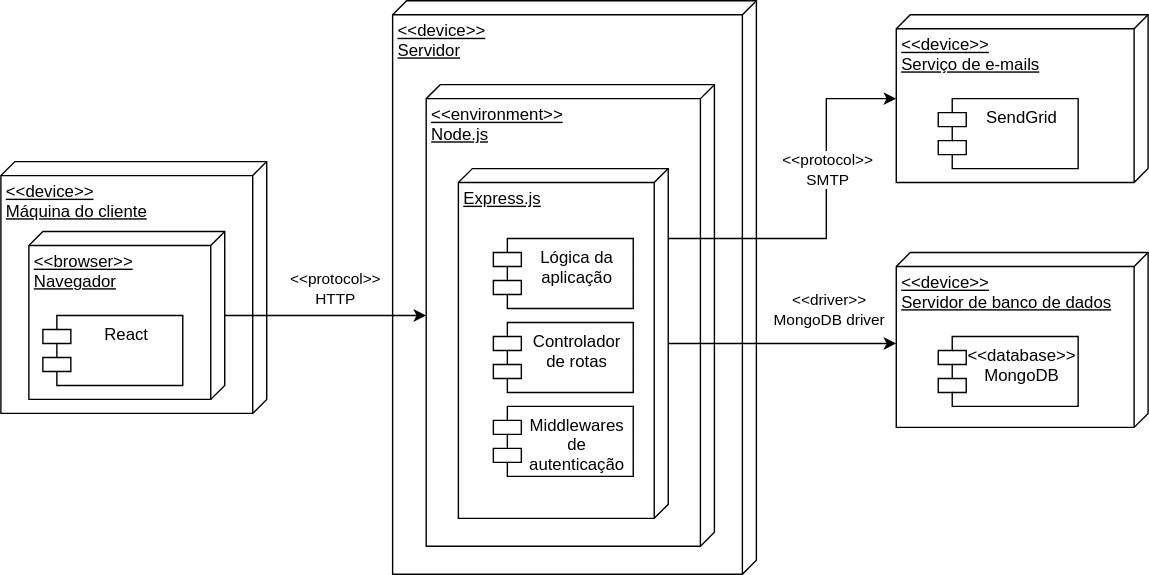
Above: docs/diagrams/component_diagrams/components.drawio.svg in darnley/taskle_node-api (draw.io), before the change. Source tidied: cells renumbered, new cells last; positions are measured from the earlier drawing's top-left corner, leaving out a move shared by most shapes.
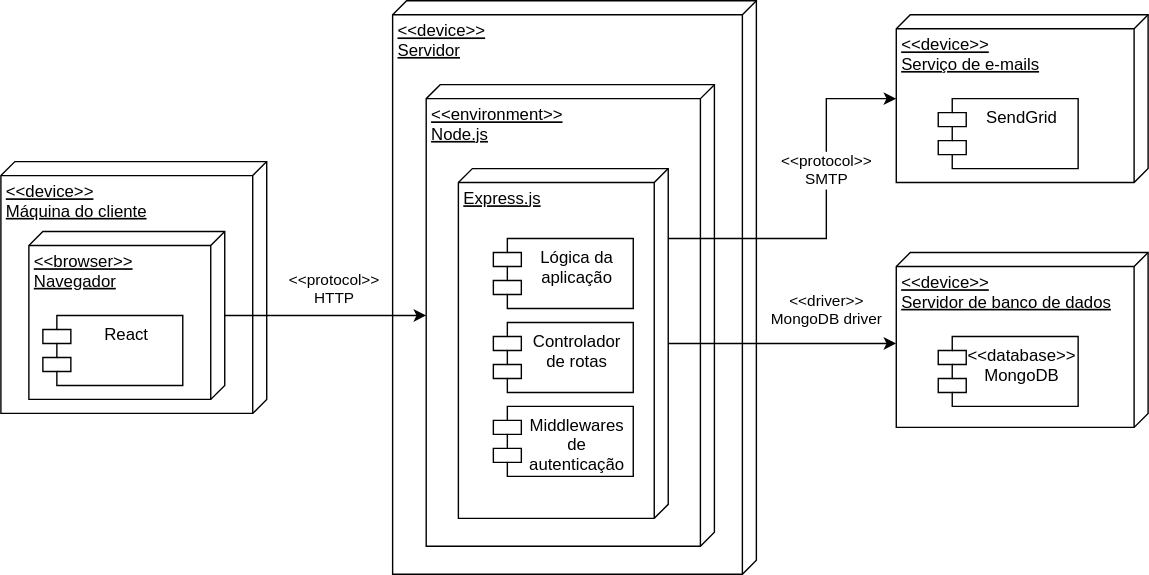
After the commit.

Commit message:
Implementado o padrão SVG 1.1

Change to the diagram source:
```diff
@@ -2,30 +2,30 @@
   <root>
     <mxCell id="0" />
     <mxCell id="1" parent="0" />
-    <mxCell id="2" value="&amp;lt;&amp;lt;device&amp;gt;&amp;gt;&lt;br&gt;Máquina do cliente" style="verticalAlign=top;align=left;spacingTop=8;spacingLeft=2;spacingRight=12;shape=cube;size=10;direction=south;fontStyle=4;html=1;" parent="1" vertex="1">
+    <mxCell id="2" value="&lt;&lt;device&gt;&gt;&#10;Máquina do cliente" style="verticalAlign=top;align=left;spacingTop=8;spacingLeft=2;spacingRight=12;shape=cube;size=10;direction=south;fontStyle=4;" parent="1" vertex="1">
       <mxGeometry y="115" width="190" height="180" as="geometry" />
     </mxCell>
-    <mxCell id="3" value="&amp;lt;&amp;lt;browser&amp;gt;&amp;gt;&lt;br&gt;Navegador" style="verticalAlign=top;align=left;spacingTop=8;spacingLeft=2;spacingRight=12;shape=cube;size=10;direction=south;fontStyle=4;html=1;" parent="1" vertex="1">
+    <mxCell id="3" value="&lt;&lt;browser&gt;&gt;&#10;Navegador" style="verticalAlign=top;align=left;spacingTop=8;spacingLeft=2;spacingRight=12;shape=cube;size=10;direction=south;fontStyle=4;" parent="1" vertex="1">
       <mxGeometry x="20" y="165" width="140" height="120" as="geometry" />
     </mxCell>
     <mxCell id="4" value="React" style="shape=module;align=left;spacingLeft=20;align=center;verticalAlign=top;" parent="1" vertex="1">
       <mxGeometry x="30" y="225" width="100" height="50" as="geometry" />
     </mxCell>
-    <mxCell id="5" value="&amp;lt;&amp;lt;device&amp;gt;&amp;gt;&lt;br&gt;Servidor" style="verticalAlign=top;align=left;spacingTop=8;spacingLeft=2;spacingRight=12;shape=cube;size=10;direction=south;fontStyle=4;html=1;" parent="1" vertex="1">
+    <mxCell id="5" value="&lt;&lt;device&gt;&gt;&#10;Servidor" style="verticalAlign=top;align=left;spacingTop=8;spacingLeft=2;spacingRight=12;shape=cube;size=10;direction=south;fontStyle=4;" parent="1" vertex="1">
       <mxGeometry x="280" width="260" height="410" as="geometry" />
     </mxCell>
-    <mxCell id="6" value="&amp;lt;&amp;lt;environment&amp;gt;&amp;gt;&lt;br&gt;Node.js" style="verticalAlign=top;align=left;spacingTop=8;spacingLeft=2;spacingRight=12;shape=cube;size=10;direction=south;fontStyle=4;html=1;" parent="1" vertex="1">
+    <mxCell id="6" value="&lt;&lt;environment&gt;&gt;&#10;Node.js" style="verticalAlign=top;align=left;spacingTop=8;spacingLeft=2;spacingRight=12;shape=cube;size=10;direction=south;fontStyle=4;" parent="1" vertex="1">
       <mxGeometry x="304" y="60" width="206" height="330" as="geometry" />
     </mxCell>
-    <mxCell id="7" style="edgeStyle=orthogonalEdgeStyle;rounded=0;jettySize=auto;html=1;entryX=0;entryY=0;entryDx=65;entryDy=180;entryPerimeter=0;" parent="1" edge="1" source="11" target="17">
+    <mxCell id="7" style="edgeStyle=orthogonalEdgeStyle;rounded=0;jettySize=auto;entryX=0;entryY=0;entryDx=65;entryDy=180;entryPerimeter=0;" parent="1" edge="1" source="11" target="17">
       <mxGeometry relative="1" as="geometry" />
     </mxCell>
-    <mxCell id="8" value="&amp;lt;&amp;lt;driver&amp;gt;&amp;gt;&lt;br&gt;MongoDB driver" style="edgeLabel;html=1;align=center;verticalAlign=middle;" parent="7" vertex="1">
+    <mxCell id="8" value="&lt;&lt;driver&gt;&gt;&#10;MongoDB driver" style="edgeLabel;align=center;verticalAlign=middle;" parent="7" vertex="1">
       <mxGeometry x="0.19" y="1" relative="1" as="geometry">
         <mxPoint x="16" y="-24" as="offset" />
       </mxGeometry>
     </mxCell>
-    <mxCell id="9" style="edgeStyle=orthogonalEdgeStyle;rounded=0;jettySize=auto;html=1;" parent="1" edge="1" source="11" target="19">
+    <mxCell id="9" style="edgeStyle=orthogonalEdgeStyle;rounded=0;jettySize=auto;" parent="1" edge="1" source="11" target="19">
       <mxGeometry relative="1" as="geometry">
         <Array as="points">
           <mxPoint x="590" y="170" />
@@ -33,12 +33,12 @@
         </Array>
       </mxGeometry>
     </mxCell>
-    <mxCell id="10" value="&amp;lt;&amp;lt;protocol&amp;gt;&amp;gt;&lt;br&gt;SMTP" style="edgeLabel;html=1;align=center;verticalAlign=middle;" parent="9" vertex="1">
+    <mxCell id="10" value="&lt;&lt;protocol&gt;&gt;&#10;SMTP" style="edgeLabel;align=center;verticalAlign=middle;" parent="9" vertex="1">
       <mxGeometry x="-0.17" y="38" relative="1" as="geometry">
         <mxPoint x="3" y="-12" as="offset" />
       </mxGeometry>
     </mxCell>
-    <mxCell id="11" value="Express.js" style="verticalAlign=top;align=left;spacingTop=8;spacingLeft=2;spacingRight=12;shape=cube;size=10;direction=south;fontStyle=4;html=1;" parent="1" vertex="1">
+    <mxCell id="11" value="Express.js" style="verticalAlign=top;align=left;spacingTop=8;spacingLeft=2;spacingRight=12;shape=cube;size=10;direction=south;fontStyle=4;" parent="1" vertex="1">
       <mxGeometry x="327" y="120" width="150" height="250" as="geometry" />
     </mxCell>
     <mxCell id="12" value="Lógica da&#10;aplicação" style="shape=module;align=left;spacingLeft=20;align=center;verticalAlign=top;" parent="1" vertex="1">
@@ -50,21 +50,21 @@
     <mxCell id="14" value="Middlewares&#10;de&#10;autenticação" style="shape=module;align=left;spacingLeft=20;align=center;verticalAlign=top;" parent="1" vertex="1">
       <mxGeometry x="352" y="290" width="100" height="50" as="geometry" />
     </mxCell>
-    <mxCell id="15" style="edgeStyle=orthogonalEdgeStyle;rounded=0;jettySize=auto;html=1;" parent="1" edge="1" source="3" target="6">
+    <mxCell id="15" style="edgeStyle=orthogonalEdgeStyle;rounded=0;jettySize=auto;" parent="1" edge="1" source="3" target="6">
       <mxGeometry relative="1" as="geometry" />
     </mxCell>
-    <mxCell id="16" value="&amp;lt;&amp;lt;protocol&amp;gt;&amp;gt;&lt;br&gt;HTTP" style="edgeLabel;html=1;align=center;verticalAlign=middle;" parent="15" vertex="1">
+    <mxCell id="16" value="&lt;&lt;protocol&gt;&gt;&#10;HTTP" style="edgeLabel;align=center;verticalAlign=middle;" parent="15" vertex="1">
       <mxGeometry x="-0.25" y="-17" relative="1" as="geometry">
         <mxPoint x="24.1" y="-37" as="offset" />
       </mxGeometry>
     </mxCell>
-    <mxCell id="17" value="&amp;lt;&amp;lt;device&amp;gt;&amp;gt;&lt;br&gt;Servidor de banco de dados" style="verticalAlign=top;align=left;spacingTop=8;spacingLeft=2;spacingRight=12;shape=cube;size=10;direction=south;fontStyle=4;html=1;" parent="1" vertex="1">
+    <mxCell id="17" value="&lt;&lt;device&gt;&gt;&#10;Servidor de banco de dados" style="verticalAlign=top;align=left;spacingTop=8;spacingLeft=2;spacingRight=12;shape=cube;size=10;direction=south;fontStyle=4;" parent="1" vertex="1">
       <mxGeometry x="640" y="180" width="180" height="125" as="geometry" />
     </mxCell>
     <mxCell id="18" value="&lt;&lt;database&gt;&gt;&#10;MongoDB" style="shape=module;align=left;spacingLeft=20;align=center;verticalAlign=top;" parent="1" vertex="1">
       <mxGeometry x="670" y="240" width="100" height="50" as="geometry" />
     </mxCell>
-    <mxCell id="19" value="&amp;lt;&amp;lt;device&amp;gt;&amp;gt;&lt;br&gt;Serviço de e-mails" style="verticalAlign=top;align=left;spacingTop=8;spacingLeft=2;spacingRight=12;shape=cube;size=10;direction=south;fontStyle=4;html=1;" parent="1" vertex="1">
+    <mxCell id="19" value="&lt;&lt;device&gt;&gt;&#10;Serviço de e-mails" style="verticalAlign=top;align=left;spacingTop=8;spacingLeft=2;spacingRight=12;shape=cube;size=10;direction=south;fontStyle=4;" parent="1" vertex="1">
       <mxGeometry x="640" y="10" width="180" height="120" as="geometry" />
     </mxCell>
     <mxCell id="20" value="SendGrid" style="shape=module;align=left;spacingLeft=20;align=center;verticalAlign=top;" parent="1" vertex="1">
```
